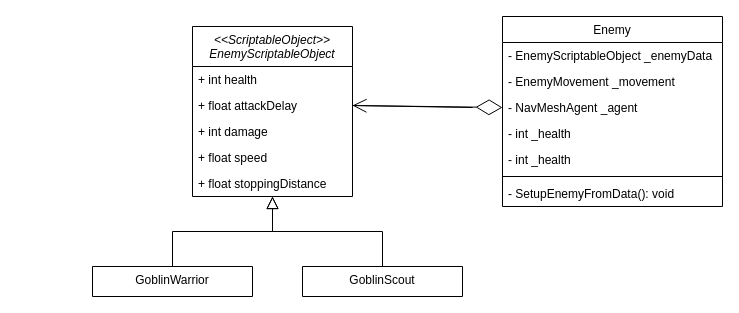
This is Documents/FinalReport/UMLDiagrams/EnemyStrategyUML.drawio from Romina-x/GameProject, a draw.io file, before an edit. Source tidied: cells renumbered, new cells numbered last; positions are measured from the earlier drawing's top-left corner, leaving out a move shared by most shapes. Both pictures are drawn from the tidied source at 100%, with x=0, y=0 at pixel (92, 16).
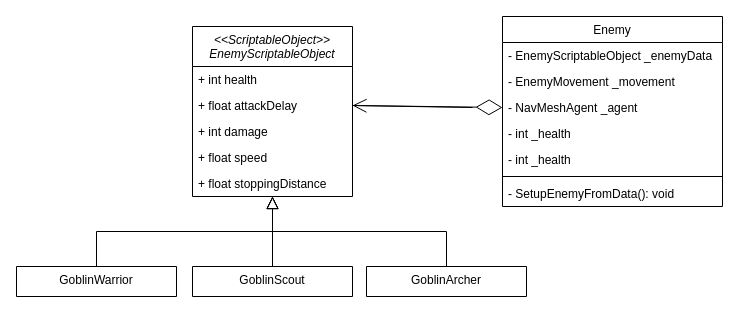
The same diagram, later.

Commit message (it also covers changes not shown here):
Updated old UML diagrams with current code

The edit, as a diff of the source:
```diff
@@
     <mxCell id="8" value="GoblinWarrior" style="swimlane;fontStyle=0;align=center;verticalAlign=top;horizontal=1;startSize=50;rounded=0;shadow=0;strokeWidth=1;" parent="1" vertex="1">
-      <mxGeometry y="250" width="160" height="30" as="geometry" />
+      <mxGeometry x="-76" y="250" width="160" height="30" as="geometry" />
     </mxCell>
@@
     <mxCell id="10" value="GoblinScout" style="swimlane;fontStyle=0;align=center;verticalAlign=top;horizontal=1;startSize=70;rounded=0;shadow=0;strokeWidth=1;" parent="1" vertex="1">
-      <mxGeometry x="210" y="250" width="160" height="30" as="geometry" />
+      <mxGeometry x="100" y="250" width="160" height="30" as="geometry" />
     </mxCell>
@@
+    <mxCell id="22" value="GoblinArcher" style="swimlane;fontStyle=0;align=center;verticalAlign=top;horizontal=1;startSize=70;rounded=0;shadow=0;strokeWidth=1;" parent="1" vertex="1">
+      <mxGeometry x="274" y="250" width="160" height="30" as="geometry" />
+    </mxCell>
+    <mxCell id="23" style="endArrow=block;endSize=10;endFill=0;shadow=0;strokeWidth=1;rounded=0;curved=0;edgeStyle=elbowEdgeStyle;elbow=vertical;exitX=0.5;exitY=0;exitDx=0;exitDy=0;" parent="1" edge="1" source="22">
+      <mxGeometry relative="1" as="geometry">
+        <mxPoint x="180" y="180" as="targetPoint" />
+      </mxGeometry>
+    </mxCell>
```
